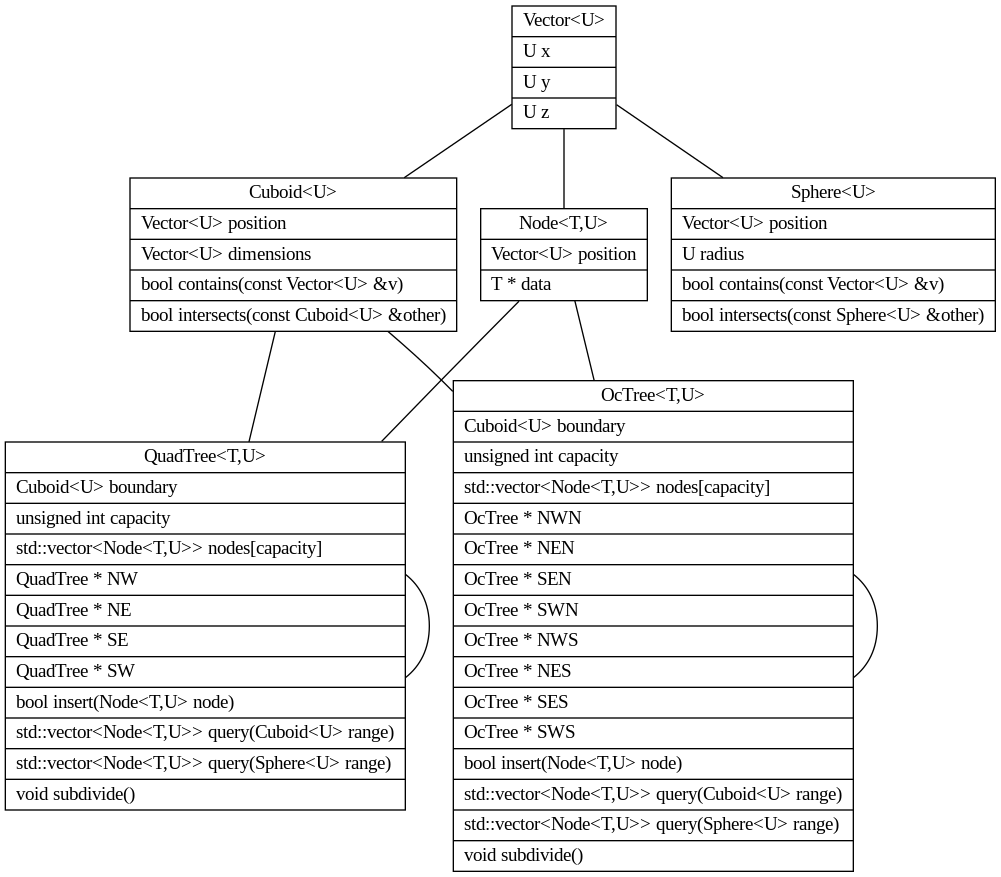
This is doc/classes.dot.png from pvorselaars/spatial-tree, a Graphviz export, as it was before one commit. Its source is kept beside it as doc/classes.dot.
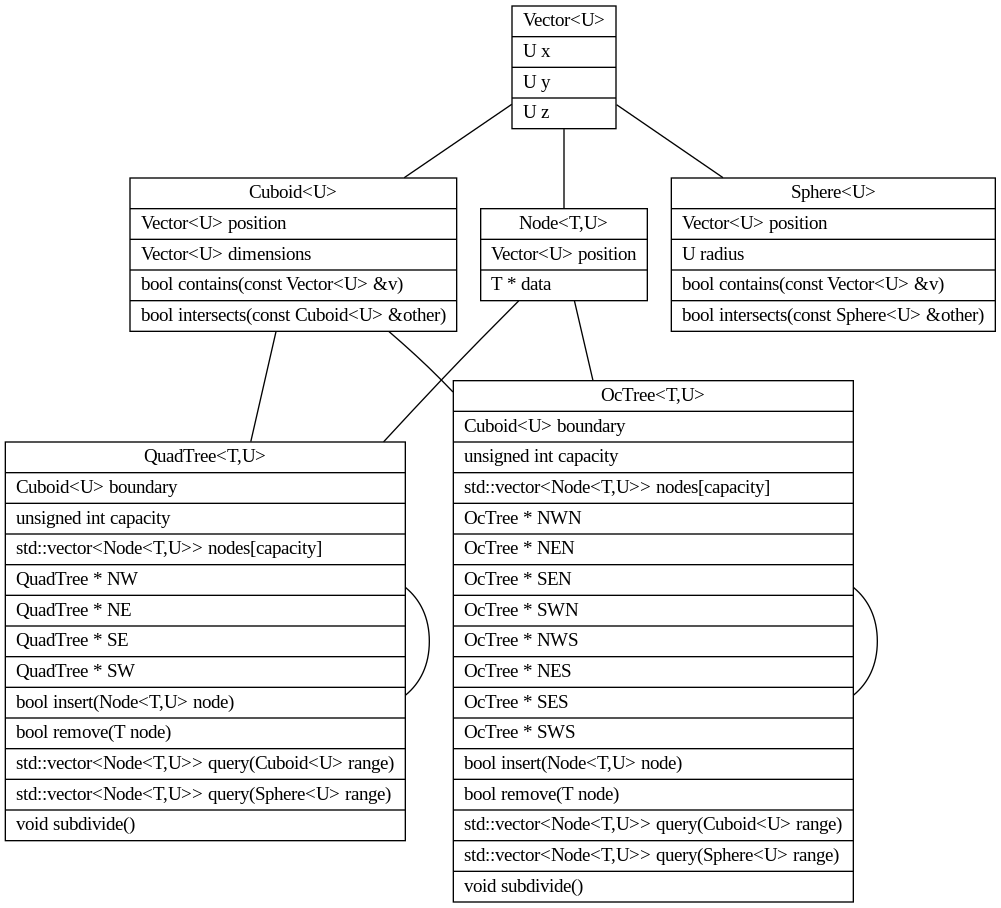
After the change.

Commit message:
Fixed class diagram. Again.

Diff of the diagram source:
```diff
@@ -33,6 +33,7 @@
 			   QuadTree * SE\l|
 			   QuadTree * SW\l|
 			   bool insert(Node\<T,U\> node)\l|
+			   bool remove(T node)\l|
 			   std::vector\<Node\<T,U\>\> query(Cuboid\<U\> range)\l|
 			   std::vector\<Node\<T,U\>\> query(Sphere\<U\> range)\l|
 			   void subdivide()\l}"]
@@ -50,6 +51,7 @@
 			  OcTree * SES\l|
 			  OcTree * SWS\l|
 			  bool insert(Node\<T,U\> node)\l|
+			  bool remove(T node)\l|
 			  std::vector\<Node\<T,U\>\> query(Cuboid\<U\> range)\l|
 			  std::vector\<Node\<T,U\>\> query(Sphere\<U\> range)\l|
 			  void subdivide()\l}"]
```
